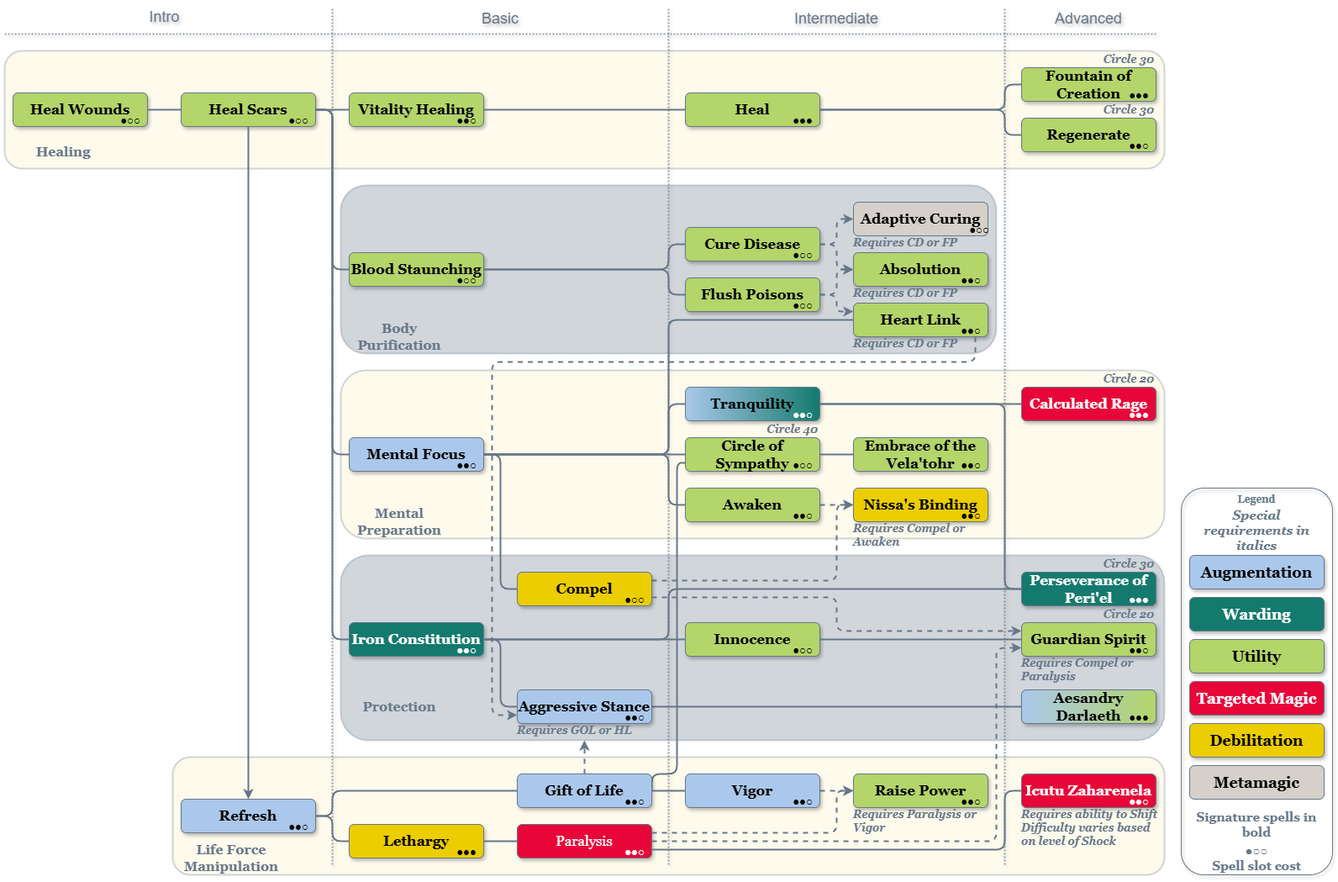
This is Empath/Empath.png from MahtraDR/dr-spell-trees, a draw.io export, as it was before one commit. Source tidied: cells renumbered, new cells last; positions are measured from the earlier drawing's top-left corner, leaving out a move shared by most shapes.
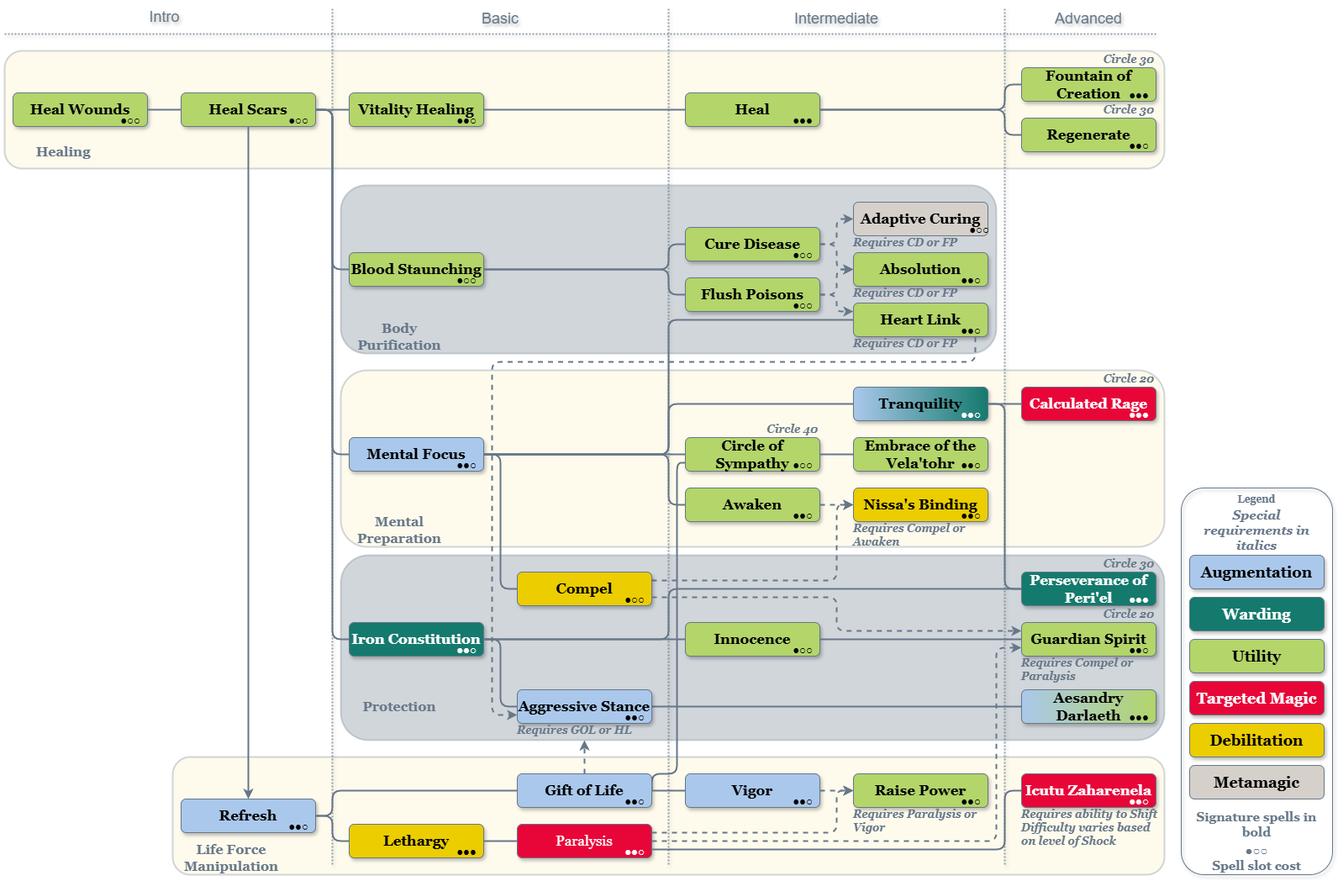
The same diagram one commit later.

The edit, as a diff of the source:
```diff
@@ -15,10 +15,10 @@
       <mxGeometry y="160" width="140" height="40" as="geometry" />
     </mxCell>
     <mxCell id="6" style="rounded=1;fontFamily=Helvetica;fontSize=11;fontColor=default;labelBackgroundColor=none;fillColor=#FCF4C4;strokeColor=#667788;opacity=30;glass=0;shadow=0;align=center;verticalAlign=middle;gradientColor=none;strokeWidth=2;" parent="1" vertex="1">
-      <mxGeometry x="400" y="440" width="980" height="200" as="geometry" />
+      <mxGeometry x="400" y="440" width="980" height="210" as="geometry" />
     </mxCell>
     <mxCell id="7" value="Mental Preparation" style="text;align=center;verticalAlign=middle;whiteSpace=wrap;rounded=0;fontStyle=1;fontSize=16;fontFamily=Georgia;fontColor=#667788;strokeColor=none;" parent="1" vertex="1">
-      <mxGeometry x="400" y="600" width="140" height="40" as="geometry" />
+      <mxGeometry x="400" y="610" width="140" height="40" as="geometry" />
     </mxCell>
     <mxCell id="8" style="rounded=1;fontFamily=Helvetica;fontSize=11;fontColor=default;labelBackgroundColor=none;fillColor=#667788;strokeColor=#667788;opacity=30;glass=0;shadow=0;align=center;verticalAlign=middle;gradientColor=none;strokeWidth=2;" parent="1" vertex="1">
       <mxGeometry x="400" y="660" width="980" height="220" as="geometry" />
@@ -157,7 +157,7 @@
       <mxGeometry x="810" y="520" width="160" height="40" as="geometry" />
     </mxCell>
     <mxCell id="49" value="Tranquility" style="rounded=1;strokeWidth=1;strokeColor=#667788;textShadow=0;labelBackgroundColor=none;whiteSpace=wrap;fontSize=17;fontFamily=Georgia;fillColor=#AAC8EB;fontColor=#000000;shadow=1;glass=0;align=center;verticalAlign=middle;fontStyle=1;gradientColor=#147A6D;gradientDirection=east;" parent="12" vertex="1">
-      <mxGeometry x="810" y="460" width="160" height="40" as="geometry" />
+      <mxGeometry x="1010" y="460" width="160" height="40" as="geometry" />
     </mxCell>
     <mxCell id="50" value="Vitality Healing" style="rounded=1;strokeWidth=1;strokeColor=#667788;textShadow=0;labelBackgroundColor=none;whiteSpace=wrap;fontSize=17;fontFamily=Georgia;fillColor=#B3D56A;fontColor=#000000;shadow=1;glass=0;align=center;verticalAlign=middle;fontStyle=1;" parent="12" vertex="1">
       <mxGeometry x="410" y="110" width="160" height="40" as="geometry" />
@@ -364,15 +364,6 @@
         </Array>
       </mxGeometry>
     </mxCell>
-    <mxCell id="88" value="Circle 30" style="text;align=right;verticalAlign=bottom;strokeColor=none;fillColor=none;fontFamily=Georgia;fontSize=13;fontColor=#667788;labelBackgroundColor=none;fontStyle=3;" parent="12" vertex="1">
-      <mxGeometry x="1290" y="650" width="80" height="30" as="geometry" />
-    </mxCell>
-    <mxCell id="89" value="Circle 20" style="text;align=right;verticalAlign=bottom;strokeColor=none;fillColor=none;fontFamily=Georgia;fontSize=13;fontColor=#667788;labelBackgroundColor=none;fontStyle=3;" parent="12" vertex="1">
-      <mxGeometry x="1290" y="430" width="80" height="30" as="geometry" />
-    </mxCell>
-    <mxCell id="90" value="Requires ability to Shift&#10;Difficulty varies based&#10;on level of Shock" style="text;align=left;verticalAlign=top;strokeColor=none;fillColor=none;fontFamily=Georgia;fontSize=13;fontColor=#667788;labelBackgroundColor=none;spacing=0;spacingBottom=0;spacingTop=-4;fontStyle=3;" parent="12" vertex="1">
-      <mxGeometry x="1210" y="960" width="160" height="50" as="geometry" />
-    </mxCell>
     <mxCell id="91" parent="0" />
     <mxCell id="92" value="Basic" style="text;align=center;verticalAlign=middle;strokeColor=none;fillColor=none;fontFamily=Helvetica;fontSize=18;fontColor=#667788;labelBackgroundColor=none;textShadow=1;" parent="91" vertex="1">
       <mxGeometry x="550" width="80" height="40" as="geometry" />
@@ -499,7 +490,7 @@
       <mxGeometry x="1130" y="380" width="40" height="20" as="geometry" />
     </mxCell>
     <mxCell id="130" value="●●○" style="text;align=center;verticalAlign=middle;rounded=0;fontFamily=Georgia;fontSize=13;fontColor=#FFFFFF;labelBackgroundColor=none;spacing=0;spacingTop=0;spacingBottom=-5;fillColor=none;" parent="110" vertex="1">
-      <mxGeometry x="930" y="480" width="40" height="20" as="geometry" />
+      <mxGeometry x="1130" y="480" width="40" height="20" as="geometry" />
     </mxCell>
     <mxCell id="131" value="●●○" style="text;align=center;verticalAlign=middle;rounded=0;fontFamily=Georgia;fontSize=13;fontColor=default;labelBackgroundColor=none;spacing=0;spacingTop=0;spacingBottom=-5;fillColor=none;" parent="110" vertex="1">
       <mxGeometry x="930" y="600" width="40" height="20" as="geometry" />
@@ -553,6 +544,12 @@
     <mxCell id="148" value="Circle 40" style="text;align=right;verticalAlign=bottom;strokeColor=none;fillColor=none;fontFamily=Georgia;fontSize=13;fontColor=#667788;labelBackgroundColor=none;fontStyle=3;" parent="144" vertex="1">
       <mxGeometry x="890" y="490" width="80" height="30" as="geometry" />
     </mxCell>
+    <mxCell id="88" value="Circle 30" style="text;align=right;verticalAlign=bottom;strokeColor=none;fillColor=none;fontFamily=Georgia;fontSize=13;fontColor=#667788;labelBackgroundColor=none;fontStyle=3;" parent="144" vertex="1">
+      <mxGeometry x="1290" y="650" width="80" height="30" as="geometry" />
+    </mxCell>
+    <mxCell id="89" value="Circle 20" style="text;align=right;verticalAlign=bottom;strokeColor=none;fillColor=none;fontFamily=Georgia;fontSize=13;fontColor=#667788;labelBackgroundColor=none;fontStyle=3;" parent="144" vertex="1">
+      <mxGeometry x="1290" y="430" width="80" height="30" as="geometry" />
+    </mxCell>
     <mxCell id="149" value="Spell Pre-requisites text" parent="0" />
     <mxCell id="150" value="Requires CD or FP" style="text;align=left;verticalAlign=top;strokeColor=none;fillColor=none;fontFamily=Georgia;fontSize=13;fontColor=#667788;labelBackgroundColor=none;spacing=0;spacingBottom=0;spacingTop=-4;fontStyle=3;" parent="149" vertex="1">
       <mxGeometry x="1010" y="280" width="130" height="20" as="geometry" />
@@ -575,5 +572,8 @@
     <mxCell id="156" value="Requires Paralysis or&#10;Vigor" style="text;align=left;verticalAlign=top;strokeColor=none;fillColor=none;fontFamily=Georgia;fontSize=13;fontColor=#667788;labelBackgroundColor=none;spacing=0;spacingBottom=0;spacingTop=-4;fontStyle=3;" parent="149" vertex="1">
       <mxGeometry x="1010" y="960" width="140" height="30" as="geometry" />
     </mxCell>
+    <mxCell id="90" value="Requires ability to Shift&#10;Difficulty varies based&#10;on level of Shock" style="text;align=left;verticalAlign=top;strokeColor=none;fillColor=none;fontFamily=Georgia;fontSize=13;fontColor=#667788;labelBackgroundColor=none;spacing=0;spacingBottom=0;spacingTop=-4;fontStyle=3;" parent="149" vertex="1">
+      <mxGeometry x="1210" y="960" width="160" height="50" as="geometry" />
+    </mxCell>
   </root>
 </mxGraphModel>
```
